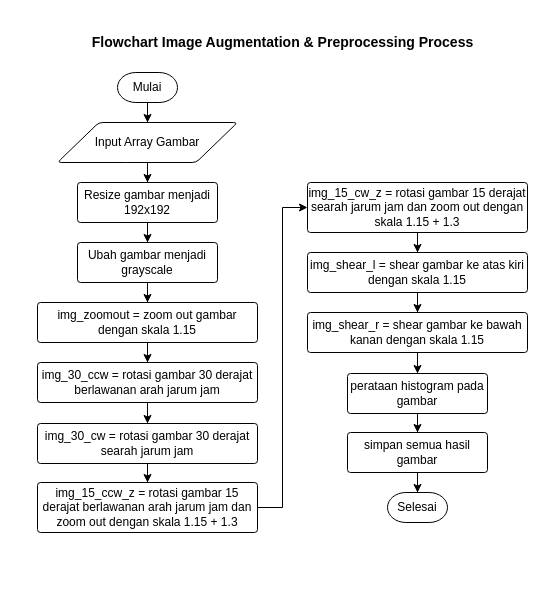
The draw.io diagram page "Flowchart Image Augmentation & Preprocessing" (7 of 13) of Tugas Akhir.drawio in RTAgung/tugas-akhir, before the edit. Source tidied: cells renumbered, new cells numbered last; positions are measured from the earlier drawing's top-left corner, leaving out a move shared by most shapes. Both pictures are drawn from the tidied source at 100%, with x=0, y=0 at pixel (37, 27).
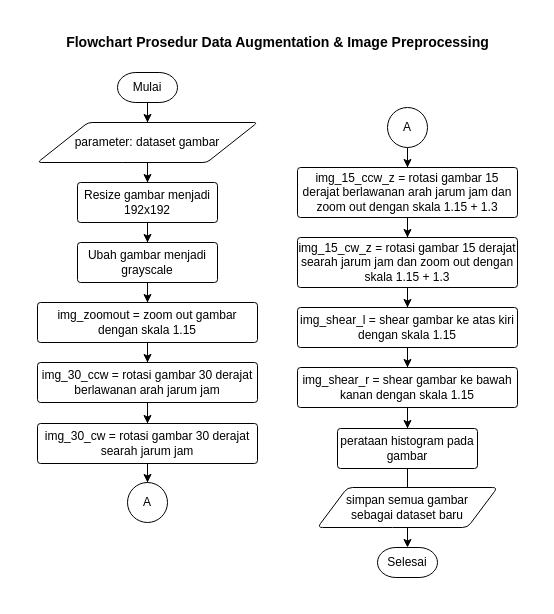
After the change.

Unchanged cells that the change refers to:
```xml
<mxCell id="16" value="img_30_cw = rotasi gambar 30 derajat searah jarum jam" style="rounded=1;whiteSpace=wrap;html=1;absoluteArcSize=1;arcSize=6;strokeWidth=1;" parent="1" vertex="1">
  <mxGeometry y="396" width="220" height="40" as="geometry" />
</mxCell>
```

Change to the diagram source:
```diff
@@
+    <mxCell id="30" style="rounded=0;whiteSpace=wrap;html=1;strokeColor=none;" parent="1" vertex="1">
+      <mxGeometry x="-20" y="-10" width="520" height="580" as="geometry" />
+    </mxCell>
@@
     <mxCell id="4" value="Selesai" style="strokeWidth=1;html=1;shape=mxgraph.flowchart.terminator;whiteSpace=wrap;" parent="1" vertex="1">
-      <mxGeometry x="350" y="465" width="60" height="30" as="geometry" />
+      <mxGeometry x="340" y="520" width="60" height="30" as="geometry" />
     </mxCell>
@@
-    <mxCell id="6" value="Input Array Gambar" style="shape=parallelogram;html=1;strokeWidth=1;perimeter=parallelogramPerimeter;whiteSpace=wrap;rounded=1;arcSize=8;size=0.23;" parent="1" vertex="1">
-      <mxGeometry x="20" y="95" width="180" height="40" as="geometry" />
+    <mxCell id="6" value="parameter: dataset gambar" style="shape=parallelogram;html=1;strokeWidth=1;perimeter=parallelogramPerimeter;whiteSpace=wrap;rounded=1;arcSize=8;size=0.23;" parent="1" vertex="1">
+      <mxGeometry y="95" width="220" height="40" as="geometry" />
     </mxCell>
@@
-    <mxCell id="15" style="edgeStyle=orthogonalEdgeStyle;rounded=0;jettySize=auto;html=1;entryX=0.5;entryY=0;entryDx=0;entryDy=0;" parent="1" edge="1" source="16" target="18">
+    <mxCell id="15" style="edgeStyle=orthogonalEdgeStyle;rounded=0;jettySize=auto;html=1;entryX=0.5;entryY=0;entryDx=0;entryDy=0;" parent="1" edge="1" source="16" target="31">
       <mxGeometry relative="1" as="geometry" />
     </mxCell>
@@
-    <mxCell id="17" style="edgeStyle=orthogonalEdgeStyle;rounded=0;jettySize=auto;html=1;entryX=0;entryY=0.5;entryDx=0;entryDy=0;" parent="1" edge="1" source="18" target="20">
-      <mxGeometry relative="1" as="geometry" />
-    </mxCell>
-    <mxCell id="18" value="img_15_ccw_z = rotasi gambar 15 derajat berlawanan arah jarum jam dan zoom out dengan skala 1.15 + 1.3" style="rounded=1;whiteSpace=wrap;html=1;absoluteArcSize=1;arcSize=6;strokeWidth=1;" parent="1" vertex="1">
-      <mxGeometry y="455" width="220" height="50" as="geometry" />
-    </mxCell>
@@
     <mxCell id="20" value="img_15_cw_z = rotasi gambar 15 derajat searah jarum jam dan zoom out dengan skala 1.15 + 1.3" style="rounded=1;whiteSpace=wrap;html=1;absoluteArcSize=1;arcSize=6;strokeWidth=1;" parent="1" vertex="1">
-      <mxGeometry x="270" y="155" width="220" height="50" as="geometry" />
+      <mxGeometry x="260" y="210" width="220" height="50" as="geometry" />
     </mxCell>
@@
     <mxCell id="22" value="img_shear_l = shear gambar ke atas kiri dengan skala 1.15" style="rounded=1;whiteSpace=wrap;html=1;absoluteArcSize=1;arcSize=6;strokeWidth=1;" parent="1" vertex="1">
-      <mxGeometry x="270" y="225" width="220" height="40" as="geometry" />
+      <mxGeometry x="260" y="280" width="220" height="40" as="geometry" />
     </mxCell>
@@
     <mxCell id="24" value="img_shear_r = shear gambar ke bawah kanan dengan skala 1.15" style="rounded=1;whiteSpace=wrap;html=1;absoluteArcSize=1;arcSize=6;strokeWidth=1;" parent="1" vertex="1">
-      <mxGeometry x="270" y="285" width="220" height="40" as="geometry" />
+      <mxGeometry x="260" y="340" width="220" height="40" as="geometry" />
     </mxCell>
-    <mxCell id="25" style="edgeStyle=orthogonalEdgeStyle;rounded=0;jettySize=auto;html=1;entryX=0.5;entryY=0;entryDx=0;entryDy=0;" parent="1" edge="1" source="26" target="28">
-      <mxGeometry relative="1" as="geometry" />
+    <mxCell id="25" style="edgeStyle=orthogonalEdgeStyle;rounded=0;jettySize=auto;html=1;entryX=0.5;entryY=0;entryDx=0;entryDy=0;" parent="1" edge="1" source="26">
+      <mxGeometry relative="1" as="geometry">
+        <mxPoint x="370" y="460" as="targetPoint" />
+      </mxGeometry>
     </mxCell>
     <mxCell id="26" value="perataan histogram pada gambar" style="rounded=1;whiteSpace=wrap;html=1;absoluteArcSize=1;arcSize=6;strokeWidth=1;" parent="1" vertex="1">
-      <mxGeometry x="310" y="346" width="140" height="40" as="geometry" />
+      <mxGeometry x="300" y="401" width="140" height="40" as="geometry" />
     </mxCell>
-    <mxCell id="27" style="edgeStyle=orthogonalEdgeStyle;rounded=0;jettySize=auto;html=1;entryX=0.5;entryY=0;entryDx=0;entryDy=0;entryPerimeter=0;" parent="1" edge="1" source="28" target="4">
-      <mxGeometry relative="1" as="geometry" />
+    <mxCell id="27" style="edgeStyle=orthogonalEdgeStyle;rounded=0;jettySize=auto;html=1;entryX=0.5;entryY=0;entryDx=0;entryDy=0;entryPerimeter=0;" parent="1" edge="1" target="4">
+      <mxGeometry relative="1" as="geometry">
+        <mxPoint x="370" y="500" as="sourcePoint" />
+      </mxGeometry>
     </mxCell>
-    <mxCell id="28" value="simpan semua hasil gambar" style="rounded=1;whiteSpace=wrap;html=1;absoluteArcSize=1;arcSize=6;strokeWidth=1;" parent="1" vertex="1">
-      <mxGeometry x="310" y="405" width="140" height="40" as="geometry" />
-    </mxCell>
-    <mxCell id="29" value="Flowchart Image Augmentation &amp;amp; Preprocessing Process" style="text;html=1;align=center;verticalAlign=middle;strokeColor=none;fillColor=none;fontSize=14;fontStyle=1;" parent="1" vertex="1">
-      <mxGeometry x="45" width="400" height="30" as="geometry" />
+    <mxCell id="29" value="Flowchart Prosedur Data Augmentation &amp;amp; Image Preprocessing" style="text;html=1;align=center;verticalAlign=middle;strokeColor=none;fillColor=none;fontSize=14;fontStyle=1;" parent="1" vertex="1">
+      <mxGeometry x="15" width="450" height="30" as="geometry" />
     </mxCell>
+    <mxCell id="31" value="A" style="ellipse;whiteSpace=wrap;html=1;" parent="1" vertex="1">
+      <mxGeometry x="90" y="455" width="40" height="40" as="geometry" />
+    </mxCell>
+    <mxCell id="17" style="edgeStyle=orthogonalEdgeStyle;rounded=0;jettySize=auto;html=1;entryX=0.5;entryY=0;entryDx=0;entryDy=0;" parent="1" edge="1" source="18" target="20">
+      <mxGeometry relative="1" as="geometry" />
+    </mxCell>
+    <mxCell id="18" value="img_15_ccw_z = rotasi gambar 15 derajat berlawanan arah jarum jam dan zoom out dengan skala 1.15 + 1.3" style="rounded=1;whiteSpace=wrap;html=1;absoluteArcSize=1;arcSize=6;strokeWidth=1;" parent="1" vertex="1">
+      <mxGeometry x="260" y="140" width="220" height="50" as="geometry" />
+    </mxCell>
+    <mxCell id="32" style="edgeStyle=orthogonalEdgeStyle;rounded=0;jettySize=auto;html=1;entryX=0.5;entryY=0;entryDx=0;entryDy=0;" parent="1" edge="1" source="33" target="18">
+      <mxGeometry relative="1" as="geometry" />
+    </mxCell>
+    <mxCell id="33" value="A" style="ellipse;whiteSpace=wrap;html=1;" parent="1" vertex="1">
+      <mxGeometry x="350" y="80" width="40" height="40" as="geometry" />
+    </mxCell>
+    <mxCell id="34" value="simpan semua gambar &lt;br&gt;sebagai dataset baru" style="shape=parallelogram;html=1;strokeWidth=1;perimeter=parallelogramPerimeter;whiteSpace=wrap;rounded=1;arcSize=10;size=0.16666666666666666;" parent="1" vertex="1">
+      <mxGeometry x="280" y="460" width="180" height="40" as="geometry" />
+    </mxCell>
```
